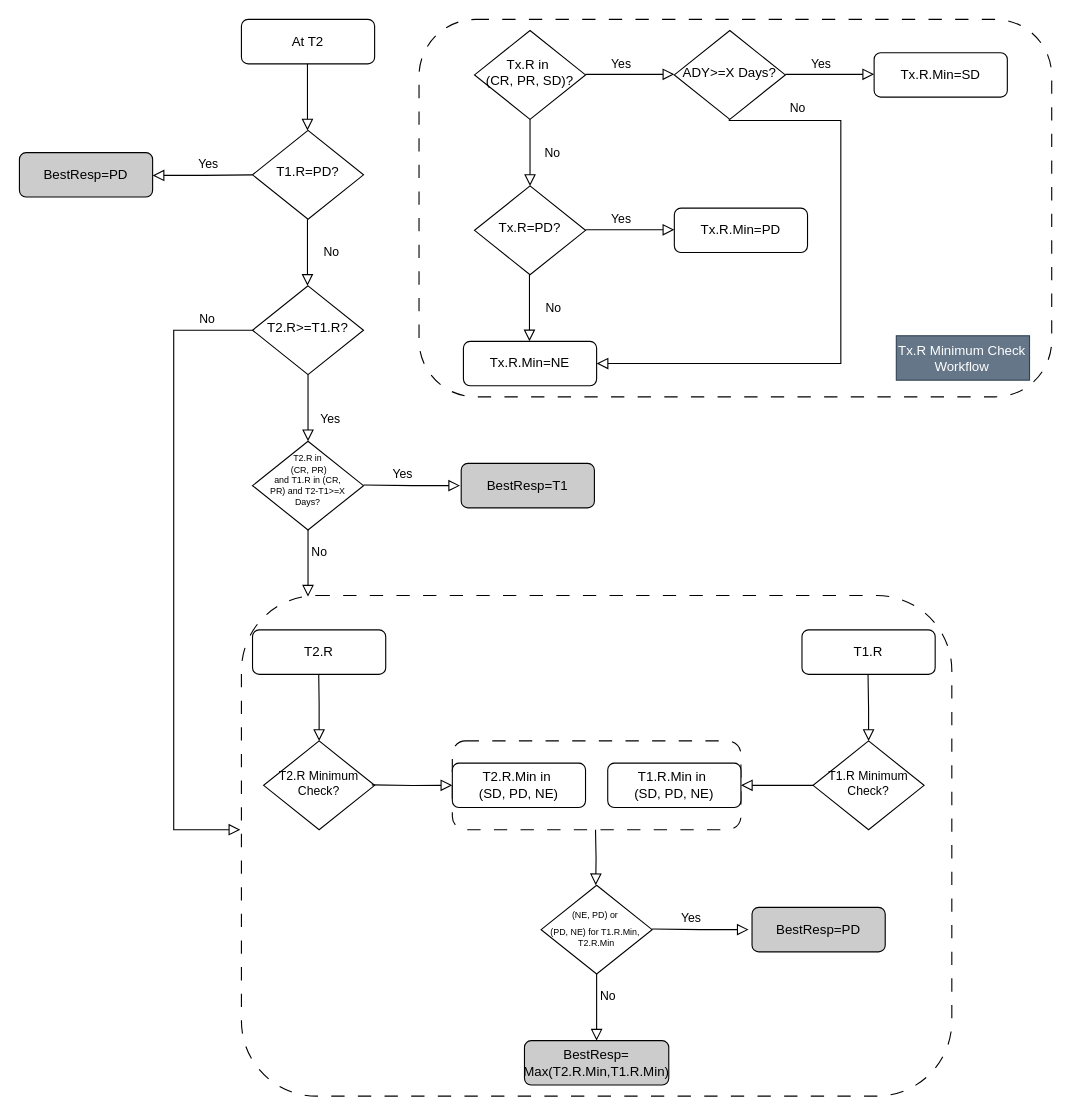
Above: RECIST1.1_BOR_Neighboring_Response.drawio in Oliver-Freeman/Temporary1 (draw.io), before the change. Source tidied: cells renumbered, new cells numbered last; positions are measured from the earlier drawing's top-left corner, leaving out a move shared by most shapes. Both pictures are drawn from the tidied source at 111%, with x=0, y=0 at pixel (19, 19).
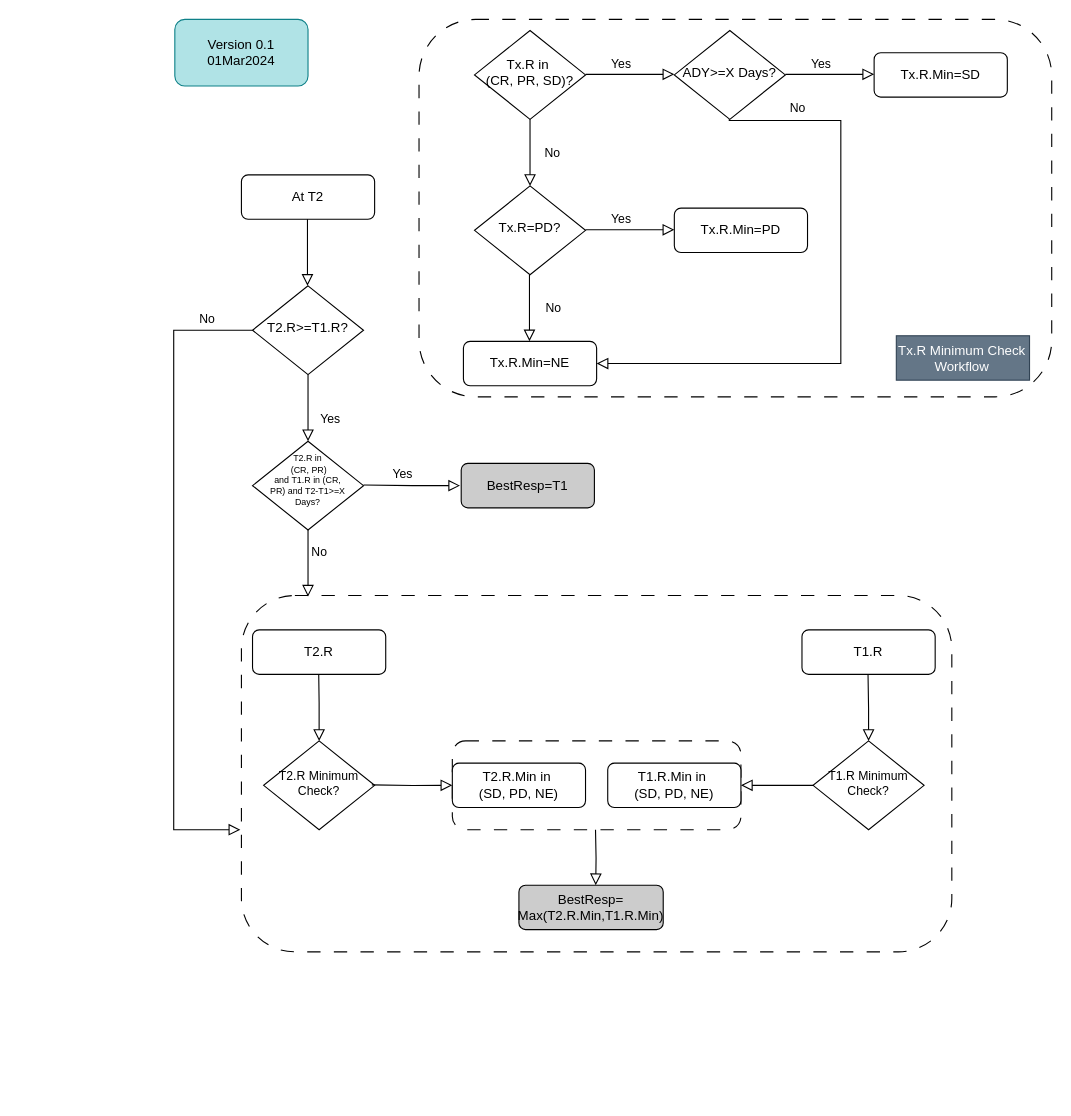
Above is the later version.

The edit, as a diff of the source:
```diff
@@
     <mxCell id="2" style="rounded=1;whiteSpace=wrap;html=1;dashed=1;dashPattern=12 12;fillColor=none;" parent="1" vertex="1">
-      <mxGeometry x="200" y="519" width="640" height="451" as="geometry" />
+      <mxGeometry x="200" y="519" width="640" height="321" as="geometry" />
     </mxCell>
@@
     <mxCell id="17" value="At T2" style="rounded=1;whiteSpace=wrap;html=1;fontSize=12;glass=0;strokeWidth=1;shadow=0;" parent="1" vertex="1">
-      <mxGeometry x="200" width="120" height="40" as="geometry" />
+      <mxGeometry x="200" y="140" width="120" height="40" as="geometry" />
     </mxCell>
@@
     <mxCell id="19" style="rounded=0;html=1;jettySize=auto;orthogonalLoop=1;fontSize=11;endArrow=block;endFill=0;endSize=8;strokeWidth=1;shadow=0;labelBackgroundColor=none;edgeStyle=orthogonalEdgeStyle;" parent="1" edge="1">
       <mxGeometry x="0.33" y="20" relative="1" as="geometry">
-        <mxPoint x="259.5" y="40" as="sourcePoint" />
-        <mxPoint x="259.5" y="100" as="targetPoint" />
+        <mxPoint x="259.5" y="180" as="sourcePoint" />
+        <mxPoint x="259.5" y="240" as="targetPoint" />
       </mxGeometry>
     </mxCell>
@@
     <mxCell id="34" value="BestResp=&lt;div&gt;Max(T2.R.Min,T1.R&lt;span style=&quot;background-color: initial;&quot;&gt;.Min&lt;/span&gt;&lt;span style=&quot;background-color: initial;&quot;&gt;)&lt;/span&gt;&lt;/div&gt;" style="rounded=1;whiteSpace=wrap;html=1;fontSize=12;glass=0;strokeWidth=1;shadow=0;fillStyle=auto;fillColor=#CCCCCC;" parent="1" vertex="1">
-      <mxGeometry x="455" y="920" width="130" height="40" as="geometry" />
+      <mxGeometry x="450" y="780" width="130" height="40" as="geometry" />
     </mxCell>
@@
-    <mxCell id="40" value="T1.R=PD?" style="rhombus;whiteSpace=wrap;html=1;shadow=0;fontFamily=Helvetica;fontSize=12;align=center;strokeWidth=1;spacing=6;spacingTop=-4;" parent="1" vertex="1">
-      <mxGeometry x="210" y="100" width="100" height="80" as="geometry" />
-    </mxCell>
-    <mxCell id="41" value="No" style="rounded=0;html=1;jettySize=auto;orthogonalLoop=1;fontSize=11;endArrow=block;endFill=0;endSize=8;strokeWidth=1;shadow=0;labelBackgroundColor=none;edgeStyle=orthogonalEdgeStyle;" parent="1" edge="1">
-      <mxGeometry y="21" relative="1" as="geometry">
-        <mxPoint x="259.5" y="180" as="sourcePoint" />
-        <mxPoint x="259.5" y="240" as="targetPoint" />
-      </mxGeometry>
-    </mxCell>
-    <mxCell id="42" value="Yes" style="edgeStyle=orthogonalEdgeStyle;rounded=0;html=1;jettySize=auto;orthogonalLoop=1;fontSize=11;endArrow=block;endFill=0;endSize=8;strokeWidth=1;shadow=0;labelBackgroundColor=none;entryX=1;entryY=0.5;entryDx=0;entryDy=0;" parent="1" edge="1">
-      <mxGeometry x="-0.11" y="-10" relative="1" as="geometry">
-        <mxPoint x="210" y="140" as="sourcePoint" />
-        <mxPoint x="120" y="140.5" as="targetPoint" />
-      </mxGeometry>
-    </mxCell>
-    <mxCell id="43" value="BestResp=PD" style="rounded=1;whiteSpace=wrap;html=1;fontSize=12;glass=0;strokeWidth=1;shadow=0;fillColor=#CCCCCC;" parent="1" vertex="1">
-      <mxGeometry y="120" width="120" height="40" as="geometry" />
-    </mxCell>
-    <mxCell id="44" value="&lt;font style=&quot;font-size: 8px;&quot;&gt;(NE, PD) or&amp;nbsp;&lt;/font&gt;&lt;div&gt;&lt;font style=&quot;font-size: 8px;&quot;&gt;(PD, NE)&amp;nbsp;&lt;/font&gt;&lt;font style=&quot;background-color: initial; font-size: 8px;&quot;&gt;for &lt;/font&gt;&lt;span style=&quot;background-color: initial; font-size: 8px;&quot;&gt;T1.R.Min,&amp;nbsp;&lt;/span&gt;&lt;div&gt;&lt;div style=&quot;font-size: 8px;&quot;&gt;&lt;font style=&quot;font-size: 8px;&quot;&gt;T2.R.Min&lt;/font&gt;&lt;/div&gt;&lt;/div&gt;&lt;/div&gt;" style="rhombus;whiteSpace=wrap;html=1;shadow=0;fontFamily=Helvetica;fontSize=12;align=center;strokeWidth=1;spacing=6;spacingTop=-4;" parent="1" vertex="1">
-      <mxGeometry x="470" y="780" width="100" height="80" as="geometry" />
-    </mxCell>
-    <mxCell id="45" value="Yes" style="edgeStyle=orthogonalEdgeStyle;rounded=0;html=1;jettySize=auto;orthogonalLoop=1;fontSize=11;endArrow=block;endFill=0;endSize=8;strokeWidth=1;shadow=0;labelBackgroundColor=none;entryX=0;entryY=0.5;entryDx=0;entryDy=0;" parent="1" edge="1">
-      <mxGeometry x="-0.21" y="10" relative="1" as="geometry">
-        <mxPoint x="570" y="819.5" as="sourcePoint" />
-        <mxPoint x="657" y="820" as="targetPoint" />
-      </mxGeometry>
-    </mxCell>
-    <mxCell id="46" value="BestResp=PD" style="rounded=1;whiteSpace=wrap;html=1;fontSize=12;glass=0;strokeWidth=1;shadow=0;fillColor=#CCCCCC;" parent="1" vertex="1">
-      <mxGeometry x="660" y="800" width="120" height="40" as="geometry" />
-    </mxCell>
-    <mxCell id="47" value="No" style="rounded=0;html=1;jettySize=auto;orthogonalLoop=1;fontSize=11;endArrow=block;endFill=0;endSize=8;strokeWidth=1;shadow=0;labelBackgroundColor=none;edgeStyle=orthogonalEdgeStyle;" parent="1" edge="1">
-      <mxGeometry x="-0.33" y="10" relative="1" as="geometry">
-        <mxPoint x="520" y="860" as="sourcePoint" />
-        <mxPoint x="520" y="920" as="targetPoint" />
-      </mxGeometry>
-    </mxCell>
+    <mxCell id="48" value="Version 0.1&lt;div&gt;01Mar2024&lt;/div&gt;" style="rounded=1;whiteSpace=wrap;html=1;fillColor=#b0e3e6;strokeColor=#0e8088;" parent="1" vertex="1">
+      <mxGeometry x="140" width="120" height="60" as="geometry" />
+    </mxCell>
```
